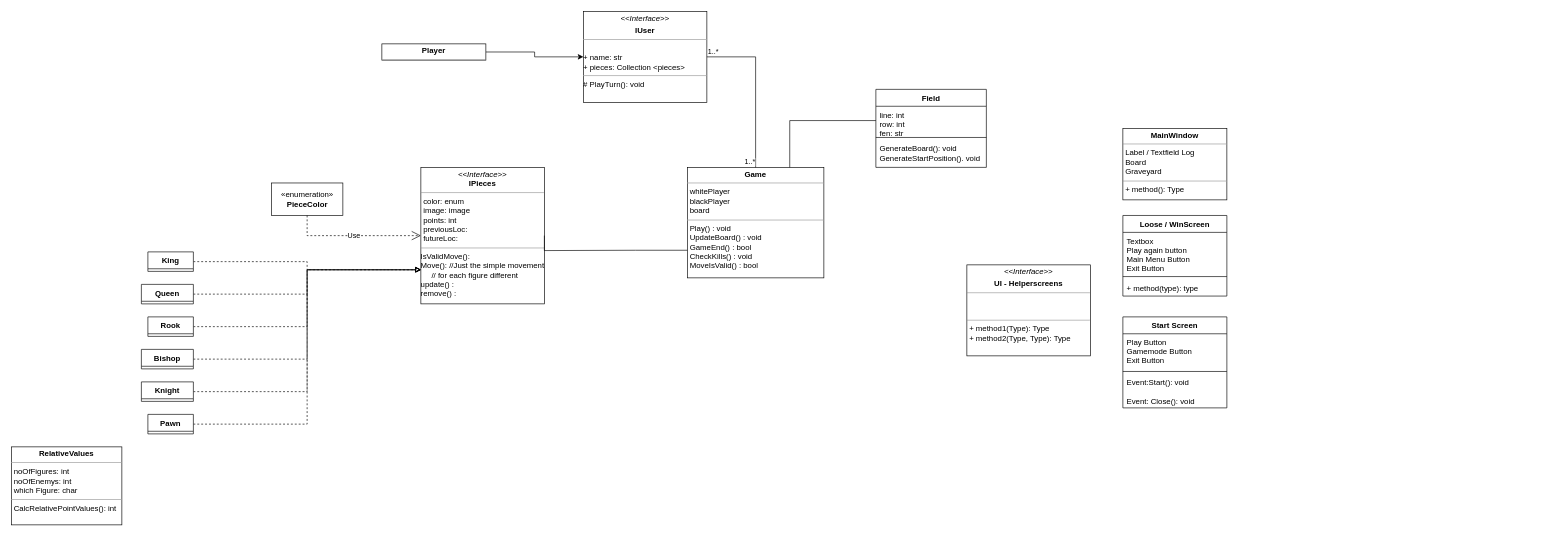
Bl8nk20/Chess keeps this draw.io diagram as Unbenanntes Diagramm.drawio. Above is the earlier version. Source tidied: cells renumbered, new cells numbered last; positions are measured from the earlier drawing's top-left corner, leaving out a move shared by most shapes. Both pictures are drawn from the tidied source at 65%, with x=0, y=0 at pixel (11, 11).
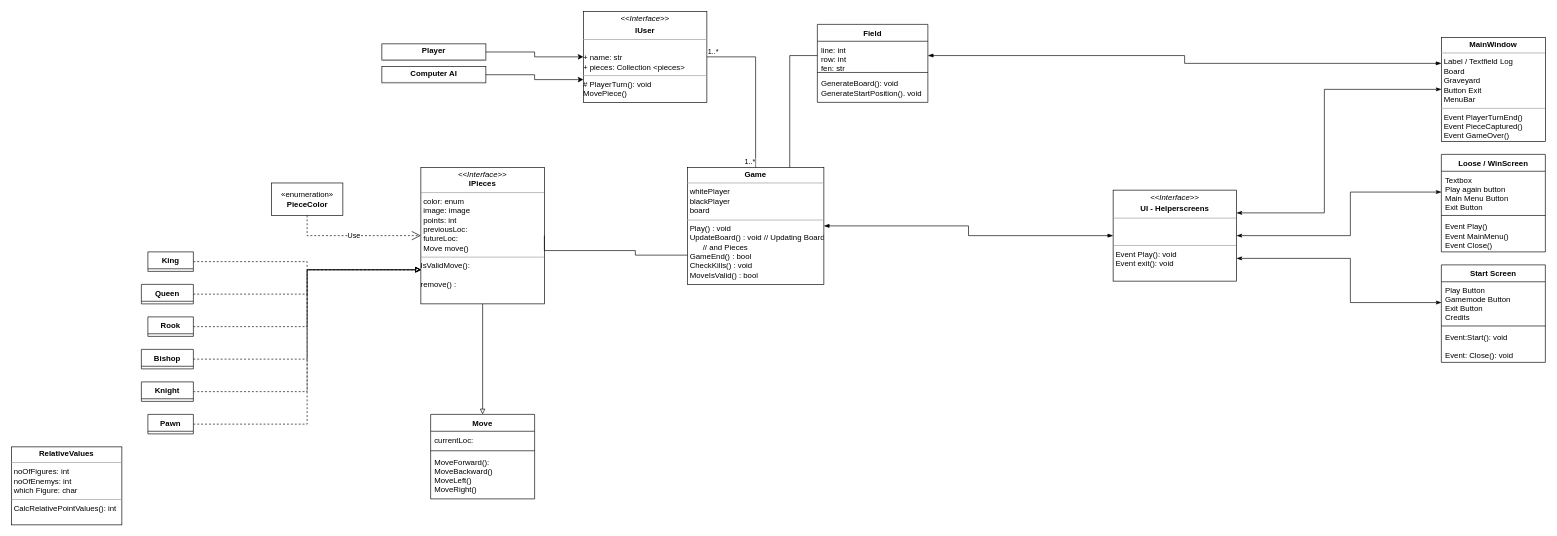
The same diagram, later.

Unchanged cells that the change refers to:
```xml
<mxCell id="22" value="line: int&#10;row: int&#10;fen: str&#10;" style="text;strokeColor=none;fillColor=none;align=left;verticalAlign=top;spacingLeft=4;spacingRight=4;overflow=hidden;points=[[0,0.5],[1,0.5]];portConstraint=eastwest;" parent="21" vertex="1">
  <mxGeometry y="26" width="170" height="44" as="geometry" />
</mxCell>
<mxCell id="34" value="Textbox&#10;Play again button&#10;Main Menu Button&#10;Exit Button&#10;" style="text;strokeColor=none;fillColor=none;align=left;verticalAlign=top;spacingLeft=4;spacingRight=4;overflow=hidden;points=[[0,0.5],[1,0.5]];portConstraint=eastwest;" parent="33" vertex="1">
  <mxGeometry y="26" width="160" height="64" as="geometry" />
</mxCell>
```

Change to the diagram source:
```diff
@@
-    <mxCell id="2" value="&lt;p style=&quot;margin:0px;margin-top:4px;text-align:center;&quot;&gt;&lt;b&gt;Game&lt;/b&gt;&lt;br&gt;&lt;/p&gt;&lt;hr size=&quot;1&quot;&gt;&lt;p style=&quot;margin:0px;margin-left:4px;&quot;&gt;whitePlayer&lt;/p&gt;&lt;p style=&quot;margin:0px;margin-left:4px;&quot;&gt;blackPlayer&lt;/p&gt;&lt;p style=&quot;margin:0px;margin-left:4px;&quot;&gt;board&lt;/p&gt;&lt;hr size=&quot;1&quot;&gt;&lt;p style=&quot;margin:0px;margin-left:4px;&quot;&gt;Play() : void&lt;/p&gt;&lt;p style=&quot;margin:0px;margin-left:4px;&quot;&gt;UpdateBoard() : void&lt;/p&gt;&lt;p style=&quot;margin:0px;margin-left:4px;&quot;&gt;GameEnd() : bool&lt;/p&gt;&lt;p style=&quot;margin:0px;margin-left:4px;&quot;&gt;CheckKills() : void&lt;/p&gt;&lt;p style=&quot;margin:0px;margin-left:4px;&quot;&gt;MoveIsValid() : bool&lt;br&gt;&lt;/p&gt;" style="verticalAlign=top;align=left;overflow=fill;fontSize=12;fontFamily=Helvetica;html=1;" parent="1" vertex="1">
-      <mxGeometry x="1040" y="240" width="210" height="170" as="geometry" />
+    <mxCell id="2" value="&lt;p style=&quot;margin:0px;margin-top:4px;text-align:center;&quot;&gt;&lt;b&gt;Game&lt;/b&gt;&lt;br&gt;&lt;/p&gt;&lt;hr size=&quot;1&quot;&gt;&lt;p style=&quot;margin:0px;margin-left:4px;&quot;&gt;whitePlayer&lt;/p&gt;&lt;p style=&quot;margin:0px;margin-left:4px;&quot;&gt;blackPlayer&lt;/p&gt;&lt;p style=&quot;margin:0px;margin-left:4px;&quot;&gt;board&lt;/p&gt;&lt;hr size=&quot;1&quot;&gt;&lt;p style=&quot;margin:0px;margin-left:4px;&quot;&gt;Play() : void&lt;/p&gt;&lt;p style=&quot;margin:0px;margin-left:4px;&quot;&gt;UpdateBoard() : void // Updating Board &lt;br&gt;&lt;/p&gt;&lt;p style=&quot;margin:0px;margin-left:4px;&quot;&gt;&lt;span style=&quot;white-space: pre;&quot;&gt; &lt;/span&gt;&lt;span style=&quot;white-space: pre;&quot;&gt; &lt;/span&gt;&lt;span style=&quot;white-space: pre;&quot;&gt; &lt;/span&gt;&lt;span style=&quot;white-space: pre;&quot;&gt; &lt;/span&gt;&amp;nbsp; // and Pieces&lt;br&gt;&lt;/p&gt;&lt;p style=&quot;margin:0px;margin-left:4px;&quot;&gt;GameEnd() : bool&lt;/p&gt;&lt;p style=&quot;margin:0px;margin-left:4px;&quot;&gt;CheckKills() : void&lt;/p&gt;&lt;p style=&quot;margin:0px;margin-left:4px;&quot;&gt;MoveIsValid() : bool&lt;br&gt;&lt;/p&gt;" style="verticalAlign=top;align=left;overflow=fill;fontSize=12;fontFamily=Helvetica;html=1;" parent="1" vertex="1">
+      <mxGeometry x="1040" y="240" width="210" height="180" as="geometry" />
     </mxCell>
@@
-    <mxCell id="5" value="&lt;p style=&quot;margin:0px;margin-top:4px;text-align:center;&quot;&gt;&lt;i&gt;&amp;lt;&amp;lt;Interface&amp;gt;&amp;gt;&lt;/i&gt;&lt;br&gt;&lt;b&gt;IPieces&lt;/b&gt;&lt;br&gt;&lt;/p&gt;&lt;hr size=&quot;1&quot;&gt;&lt;p style=&quot;margin:0px;margin-left:4px;&quot;&gt;color: enum&lt;/p&gt;&lt;p style=&quot;margin:0px;margin-left:4px;&quot;&gt;image: image&lt;/p&gt;&lt;p style=&quot;margin:0px;margin-left:4px;&quot;&gt;points: int&lt;/p&gt;&lt;p style=&quot;margin:0px;margin-left:4px;&quot;&gt;previousLoc:&lt;/p&gt;&lt;p style=&quot;margin:0px;margin-left:4px;&quot;&gt;futureLoc:&lt;br&gt;&lt;/p&gt;&lt;hr size=&quot;1&quot;&gt;&lt;div&gt;IsValidMove():&lt;/div&gt;&lt;div&gt;Move(): //Just the simple movement&lt;/div&gt;&lt;div&gt;&lt;span style=&quot;white-space: pre;&quot;&gt; &lt;/span&gt;&amp;nbsp;&amp;nbsp;&amp;nbsp; // for each figure different&lt;br&gt;&lt;/div&gt;&lt;div&gt;update() : &lt;br&gt;&lt;/div&gt;&lt;div&gt;remove() :&lt;br&gt;&lt;/div&gt;" style="verticalAlign=top;align=left;overflow=fill;fontSize=12;fontFamily=Helvetica;html=1;" parent="1" vertex="1">
+    <mxCell id="5" value="&lt;p style=&quot;margin:0px;margin-top:4px;text-align:center;&quot;&gt;&lt;i&gt;&amp;lt;&amp;lt;Interface&amp;gt;&amp;gt;&lt;/i&gt;&lt;br&gt;&lt;b&gt;IPieces&lt;/b&gt;&lt;br&gt;&lt;/p&gt;&lt;hr size=&quot;1&quot;&gt;&lt;p style=&quot;margin:0px;margin-left:4px;&quot;&gt;color: enum&lt;/p&gt;&lt;p style=&quot;margin:0px;margin-left:4px;&quot;&gt;image: image&lt;/p&gt;&lt;p style=&quot;margin:0px;margin-left:4px;&quot;&gt;points: int&lt;/p&gt;&lt;p style=&quot;margin:0px;margin-left:4px;&quot;&gt;previousLoc:&lt;/p&gt;&lt;p style=&quot;margin:0px;margin-left:4px;&quot;&gt;futureLoc:&lt;/p&gt;&lt;p style=&quot;margin:0px;margin-left:4px;&quot;&gt;Move move()&lt;br&gt;&lt;/p&gt;&lt;hr size=&quot;1&quot;&gt;&lt;div&gt;IsValidMove():&lt;/div&gt;&lt;div&gt;&amp;nbsp;&lt;br&gt;&lt;/div&gt;&lt;div&gt;remove() :&lt;br&gt;&lt;/div&gt;" style="verticalAlign=top;align=left;overflow=fill;fontSize=12;fontFamily=Helvetica;html=1;" parent="1" vertex="1">
       <mxGeometry x="630" y="240" width="190" height="210" as="geometry" />
     </mxCell>
@@
     <mxCell id="21" value="Field" style="swimlane;fontStyle=1;align=center;verticalAlign=top;horizontal=1;startSize=26;" parent="1" vertex="1">
-      <mxGeometry x="1330" y="120" width="170" height="120" as="geometry" />
+      <mxGeometry x="1240" y="20" width="170" height="120" as="geometry" />
     </mxCell>
@@
-    <mxCell id="25" value="&lt;p style=&quot;margin:0px;margin-top:4px;text-align:center;&quot;&gt;&lt;i&gt;&amp;lt;&amp;lt;Interface&amp;gt;&amp;gt;&lt;/i&gt;&lt;b&gt;&lt;br&gt;&lt;/b&gt;&lt;/p&gt;&lt;p style=&quot;margin:0px;margin-top:4px;text-align:center;&quot;&gt;&lt;b&gt;IUser&lt;/b&gt;&lt;/p&gt;&lt;hr size=&quot;1&quot;&gt;&lt;br&gt;&lt;b&gt;&lt;/b&gt;&lt;div&gt;+ name: str&lt;/div&gt;+ pieces: Collection &amp;lt;pieces&amp;gt;&lt;hr size=&quot;1&quot;&gt;# PlayTurn(): void" style="verticalAlign=top;align=left;overflow=fill;fontSize=12;fontFamily=Helvetica;html=1;" parent="1" vertex="1">
+    <mxCell id="25" value="&lt;p style=&quot;margin:0px;margin-top:4px;text-align:center;&quot;&gt;&lt;i&gt;&amp;lt;&amp;lt;Interface&amp;gt;&amp;gt;&lt;/i&gt;&lt;b&gt;&lt;br&gt;&lt;/b&gt;&lt;/p&gt;&lt;p style=&quot;margin:0px;margin-top:4px;text-align:center;&quot;&gt;&lt;b&gt;IUser&lt;/b&gt;&lt;/p&gt;&lt;hr size=&quot;1&quot;&gt;&lt;br&gt;&lt;b&gt;&lt;/b&gt;&lt;div&gt;+ name: str&lt;/div&gt;+ pieces: Collection &amp;lt;pieces&amp;gt;&lt;hr size=&quot;1&quot;&gt;&lt;div&gt;# PlayerTurn(): void&lt;/div&gt;&lt;div&gt;MovePiece()&lt;br&gt;&lt;/div&gt;" style="verticalAlign=top;align=left;overflow=fill;fontSize=12;fontFamily=Helvetica;html=1;" parent="1" vertex="1">
       <mxGeometry x="880" width="190" height="140" as="geometry" />
     </mxCell>
@@
+    <mxCell id="42" style="edgeStyle=orthogonalEdgeStyle;rounded=0;jettySize=auto;html=1;exitX=0;exitY=0.5;exitDx=0;exitDy=0;entryX=1;entryY=0.5;entryDx=0;entryDy=0;strokeColor=#000000;startArrow=blockThin;startFill=1;endArrow=blockThin;endFill=1;" parent="1" edge="1" source="31" target="2">
+      <mxGeometry relative="1" as="geometry" />
+    </mxCell>
-    <mxCell id="31" value="&lt;p style=&quot;margin:0px;margin-top:4px;text-align:center;&quot;&gt;&lt;i&gt;&amp;lt;&amp;lt;Interface&amp;gt;&amp;gt;&lt;/i&gt;&lt;/p&gt;&lt;p style=&quot;margin:0px;margin-top:4px;text-align:center;&quot;&gt;&lt;b&gt;UI - Helperscreens&lt;/b&gt;&lt;br&gt;&lt;/p&gt;&lt;hr size=&quot;1&quot;&gt;&lt;p style=&quot;margin:0px;margin-left:4px;&quot;&gt;&lt;br&gt;&lt;br&gt;&lt;/p&gt;&lt;hr size=&quot;1&quot;&gt;&lt;p style=&quot;margin:0px;margin-left:4px;&quot;&gt;+ method1(Type): Type&lt;br&gt;+ method2(Type, Type): Type&lt;/p&gt;" style="verticalAlign=top;align=left;overflow=fill;fontSize=12;fontFamily=Helvetica;html=1;" parent="1" vertex="1">
-      <mxGeometry x="1470" y="390" width="190" height="140" as="geometry" />
+    <mxCell id="31" value="&lt;p style=&quot;margin:0px;margin-top:4px;text-align:center;&quot;&gt;&lt;i&gt;&amp;lt;&amp;lt;Interface&amp;gt;&amp;gt;&lt;/i&gt;&lt;/p&gt;&lt;p style=&quot;margin:0px;margin-top:4px;text-align:center;&quot;&gt;&lt;b&gt;UI - Helperscreens&lt;/b&gt;&lt;br&gt;&lt;/p&gt;&lt;hr size=&quot;1&quot;&gt;&lt;p style=&quot;margin:0px;margin-left:4px;&quot;&gt;&lt;br&gt;&lt;br&gt;&lt;/p&gt;&lt;hr size=&quot;1&quot;&gt;&lt;p style=&quot;margin:0px;margin-left:4px;&quot;&gt;Event Play(): void&lt;/p&gt;&lt;p style=&quot;margin:0px;margin-left:4px;&quot;&gt;Event exit(): void&lt;br&gt;&lt;/p&gt;" style="verticalAlign=top;align=left;overflow=fill;fontSize=12;fontFamily=Helvetica;html=1;" parent="1" vertex="1">
+      <mxGeometry x="1695" y="275" width="190" height="140" as="geometry" />
     </mxCell>
+    <mxCell id="43" style="edgeStyle=orthogonalEdgeStyle;rounded=0;jettySize=auto;html=1;entryX=1;entryY=0.25;entryDx=0;entryDy=0;strokeColor=#000000;startArrow=classicThin;startFill=1;endArrow=classicThin;endFill=1;exitX=0;exitY=0.5;exitDx=0;exitDy=0;" parent="1" edge="1" source="32" target="31">
+      <mxGeometry relative="1" as="geometry">
+        <Array as="points">
+          <mxPoint x="2020" y="120" />
+          <mxPoint x="2020" y="310" />
+        </Array>
+      </mxGeometry>
+    </mxCell>
-    <mxCell id="32" value="&lt;p style=&quot;margin:0px;margin-top:4px;text-align:center;&quot;&gt;&lt;b&gt;MainWindow&lt;/b&gt;&lt;/p&gt;&lt;hr size=&quot;1&quot;&gt;&lt;p style=&quot;margin:0px;margin-left:4px;&quot;&gt;Label / Textfield Log&lt;/p&gt;&lt;p style=&quot;margin:0px;margin-left:4px;&quot;&gt;Board&lt;/p&gt;&lt;p style=&quot;margin:0px;margin-left:4px;&quot;&gt;Graveyard&lt;br&gt;&lt;/p&gt;&lt;hr size=&quot;1&quot;&gt;&lt;p style=&quot;margin:0px;margin-left:4px;&quot;&gt;+ method(): Type&lt;/p&gt;" style="verticalAlign=top;align=left;overflow=fill;fontSize=12;fontFamily=Helvetica;html=1;" parent="1" vertex="1">
-      <mxGeometry x="1710" y="180" width="160" height="110" as="geometry" />
+    <mxCell id="32" value="&lt;p style=&quot;margin:0px;margin-top:4px;text-align:center;&quot;&gt;&lt;b&gt;MainWindow&lt;/b&gt;&lt;/p&gt;&lt;hr size=&quot;1&quot;&gt;&lt;p style=&quot;margin:0px;margin-left:4px;&quot;&gt;Label / Textfield Log&lt;/p&gt;&lt;p style=&quot;margin:0px;margin-left:4px;&quot;&gt;Board&lt;/p&gt;&lt;p style=&quot;margin:0px;margin-left:4px;&quot;&gt;Graveyard&lt;/p&gt;&lt;p style=&quot;margin:0px;margin-left:4px;&quot;&gt;Button Exit&lt;/p&gt;&lt;p style=&quot;margin:0px;margin-left:4px;&quot;&gt;MenuBar&lt;br&gt;&lt;/p&gt;&lt;hr size=&quot;1&quot;&gt;&lt;p style=&quot;margin:0px;margin-left:4px;&quot;&gt;Event PlayerTurnEnd()&lt;/p&gt;&lt;p style=&quot;margin:0px;margin-left:4px;&quot;&gt;Event PieceCaptured()&lt;/p&gt;&lt;p style=&quot;margin:0px;margin-left:4px;&quot;&gt;Event GameOver()&lt;br&gt;&lt;/p&gt;&lt;p style=&quot;margin:0px;margin-left:4px;&quot;&gt;&lt;br&gt;&lt;/p&gt;" style="verticalAlign=top;align=left;overflow=fill;fontSize=12;fontFamily=Helvetica;html=1;" parent="1" vertex="1">
+      <mxGeometry x="2200" y="40" width="160" height="160" as="geometry" />
     </mxCell>
     <mxCell id="33" value="Loose / WinScreen" style="swimlane;fontStyle=1;align=center;verticalAlign=top;horizontal=1;startSize=26;" parent="1" vertex="1">
-      <mxGeometry x="1710" y="314" width="160" height="124" as="geometry" />
+      <mxGeometry x="2200" y="220" width="160" height="150" as="geometry" />
     </mxCell>
@@
-    <mxCell id="36" value="+ method(type): type" style="text;strokeColor=none;fillColor=none;align=left;verticalAlign=top;spacingLeft=4;spacingRight=4;overflow=hidden;" parent="33" vertex="1">
-      <mxGeometry y="98" width="160" height="26" as="geometry" />
+    <mxCell id="36" value="Event Play()&#10;Event MainMenu()&#10;Event Close()&#10;" style="text;strokeColor=none;fillColor=none;align=left;verticalAlign=top;spacingLeft=4;spacingRight=4;overflow=hidden;" parent="33" vertex="1">
+      <mxGeometry y="98" width="160" height="52" as="geometry" />
     </mxCell>
     <mxCell id="37" value="Start Screen" style="swimlane;fontStyle=1;align=center;verticalAlign=top;horizontal=1;startSize=26;" parent="1" vertex="1">
-      <mxGeometry x="1710" y="470" width="160" height="140" as="geometry" />
+      <mxGeometry x="2200" y="390" width="160" height="150" as="geometry" />
     </mxCell>
-    <mxCell id="38" value="Play Button&#10;Gamemode Button&#10;Exit Button&#10;" style="text;strokeColor=none;fillColor=none;align=left;verticalAlign=top;spacingLeft=4;spacingRight=4;overflow=hidden;points=[[0,0.5],[1,0.5]];portConstraint=eastwest;" parent="37" vertex="1">
-      <mxGeometry y="26" width="160" height="54" as="geometry" />
+    <mxCell id="38" value="Play Button&#10;Gamemode Button&#10;Exit Button&#10;Credits&#10;&#10;" style="text;strokeColor=none;fillColor=none;align=left;verticalAlign=top;spacingLeft=4;spacingRight=4;overflow=hidden;points=[[0,0.5],[1,0.5]];portConstraint=eastwest;" parent="37" vertex="1">
+      <mxGeometry y="26" width="160" height="64" as="geometry" />
     </mxCell>
     <mxCell id="39" style="line;strokeWidth=1;fillColor=none;align=left;verticalAlign=middle;spacingTop=-1;spacingLeft=3;spacingRight=3;labelPosition=right;strokeColor=inherit;" parent="37" vertex="1">
-      <mxGeometry y="80" width="160" height="8" as="geometry" />
+      <mxGeometry y="90" width="160" height="8" as="geometry" />
     </mxCell>
     <mxCell id="40" value="Event:Start(): void&#10;&#10;Event: Close(): void&#10;" style="text;strokeColor=none;fillColor=none;align=left;verticalAlign=top;spacingLeft=4;spacingRight=4;overflow=hidden;" parent="37" vertex="1">
-      <mxGeometry y="88" width="160" height="52" as="geometry" />
+      <mxGeometry y="98" width="160" height="52" as="geometry" />
     </mxCell>
@@
+    <mxCell id="44" style="edgeStyle=orthogonalEdgeStyle;rounded=0;jettySize=auto;html=1;exitX=0;exitY=0.5;exitDx=0;exitDy=0;entryX=1;entryY=0.75;entryDx=0;entryDy=0;strokeColor=#000000;startArrow=classicThin;startFill=1;endArrow=classicThin;endFill=1;" parent="1" edge="1" source="38" target="31">
+      <mxGeometry relative="1" as="geometry">
+        <Array as="points">
+          <mxPoint x="2060" y="448" />
+          <mxPoint x="2060" y="380" />
+        </Array>
+      </mxGeometry>
+    </mxCell>
+    <mxCell id="45" style="edgeStyle=orthogonalEdgeStyle;rounded=0;jettySize=auto;html=1;exitX=1;exitY=0.5;exitDx=0;exitDy=0;strokeColor=#000000;startArrow=classicThin;startFill=1;endArrow=classicThin;endFill=1;entryX=0;entryY=0.5;entryDx=0;entryDy=0;" parent="1" edge="1" source="31" target="34">
+      <mxGeometry relative="1" as="geometry">
+        <Array as="points">
+          <mxPoint x="2060" y="345" />
+          <mxPoint x="2060" y="278" />
+        </Array>
+      </mxGeometry>
+    </mxCell>
+    <mxCell id="46" style="edgeStyle=orthogonalEdgeStyle;rounded=0;jettySize=auto;html=1;exitX=0.5;exitY=0;exitDx=0;exitDy=0;entryX=0.5;entryY=1;entryDx=0;entryDy=0;strokeColor=#000000;startArrow=block;startFill=0;endArrow=none;endFill=0;" parent="1" edge="1" source="47" target="5">
+      <mxGeometry relative="1" as="geometry" />
+    </mxCell>
+    <mxCell id="47" value="Move" style="swimlane;fontStyle=1;align=center;verticalAlign=top;horizontal=1;startSize=26;" parent="1" vertex="1">
+      <mxGeometry x="645" y="620" width="160" height="130" as="geometry" />
+    </mxCell>
+    <mxCell id="48" value="currentLoc: " style="text;strokeColor=none;fillColor=none;align=left;verticalAlign=top;spacingLeft=4;spacingRight=4;overflow=hidden;" parent="47" vertex="1">
+      <mxGeometry y="26" width="160" height="26" as="geometry" />
+    </mxCell>
+    <mxCell id="49" style="line;strokeWidth=1;fillColor=none;align=left;verticalAlign=middle;spacingTop=-1;spacingLeft=3;spacingRight=3;labelPosition=right;strokeColor=inherit;" parent="47" vertex="1">
+      <mxGeometry y="52" width="160" height="8" as="geometry" />
+    </mxCell>
+    <mxCell id="50" value="MoveForward():&#10;MoveBackward()&#10;MoveLeft()&#10;MoveRight()&#10;" style="text;strokeColor=none;fillColor=none;align=left;verticalAlign=top;spacingLeft=4;spacingRight=4;overflow=hidden;" parent="47" vertex="1">
+      <mxGeometry y="60" width="160" height="70" as="geometry" />
+    </mxCell>
+    <mxCell id="51" value="&lt;p style=&quot;margin:0px;margin-top:4px;text-align:center;&quot;&gt;&lt;b&gt;Computer AI&lt;br&gt;&lt;/b&gt;&lt;/p&gt;&lt;hr size=&quot;1&quot;&gt;&lt;p style=&quot;margin:0px;margin-left:4px;&quot;&gt;&lt;br&gt;&lt;/p&gt;&lt;hr size=&quot;1&quot;&gt;&lt;p style=&quot;margin:0px;margin-left:4px;&quot;&gt;&lt;br&gt;&lt;/p&gt;" style="verticalAlign=top;align=left;overflow=fill;fontSize=12;fontFamily=Helvetica;html=1;" parent="1" vertex="1">
+      <mxGeometry x="570" y="85" width="160" height="25" as="geometry" />
+    </mxCell>
+    <mxCell id="52" style="edgeStyle=orthogonalEdgeStyle;rounded=0;jettySize=auto;html=1;exitX=1;exitY=0.5;exitDx=0;exitDy=0;entryX=0;entryY=0.75;entryDx=0;entryDy=0;" parent="1" edge="1" source="51" target="25">
+      <mxGeometry relative="1" as="geometry" />
+    </mxCell>
+    <mxCell id="53" style="edgeStyle=orthogonalEdgeStyle;rounded=0;jettySize=auto;html=1;exitX=1;exitY=0.5;exitDx=0;exitDy=0;entryX=0;entryY=0.25;entryDx=0;entryDy=0;strokeColor=#000000;startArrow=blockThin;startFill=1;endArrow=blockThin;endFill=1;" parent="1" edge="1" source="22" target="32">
+      <mxGeometry relative="1" as="geometry" />
+    </mxCell>
```
